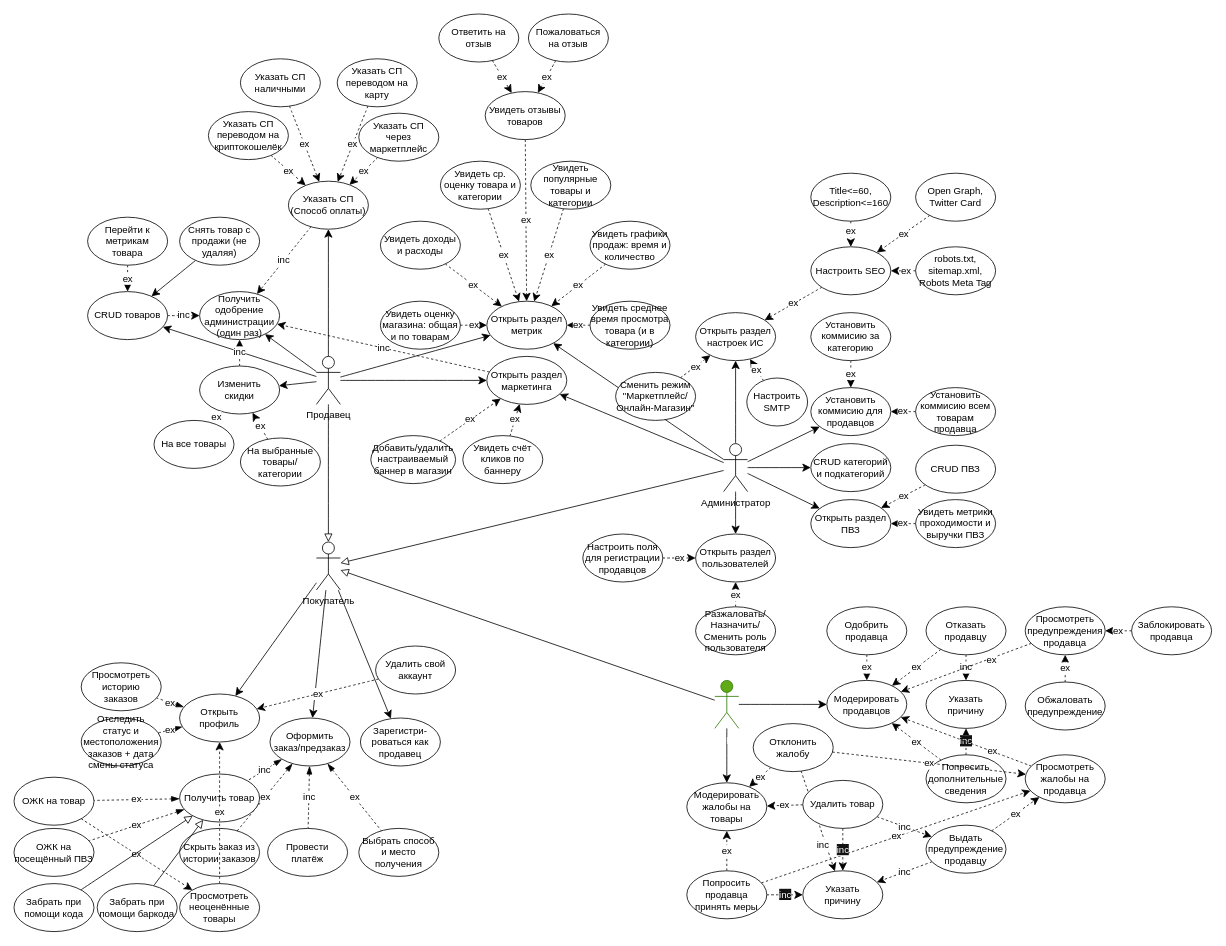
d0lmany/TEWA keeps this draw.io diagram as page "Копия useCases" (7 of 7) of docs/TEWA - 1 step.drawio. Above is the earlier version. Source tidied: cells renumbered, new cells numbered last; positions are measured from the earlier drawing's top-left corner, leaving out a move shared by most shapes. Both pictures are drawn from the tidied source at 80%, with x=0, y=0 at pixel (14, 14).
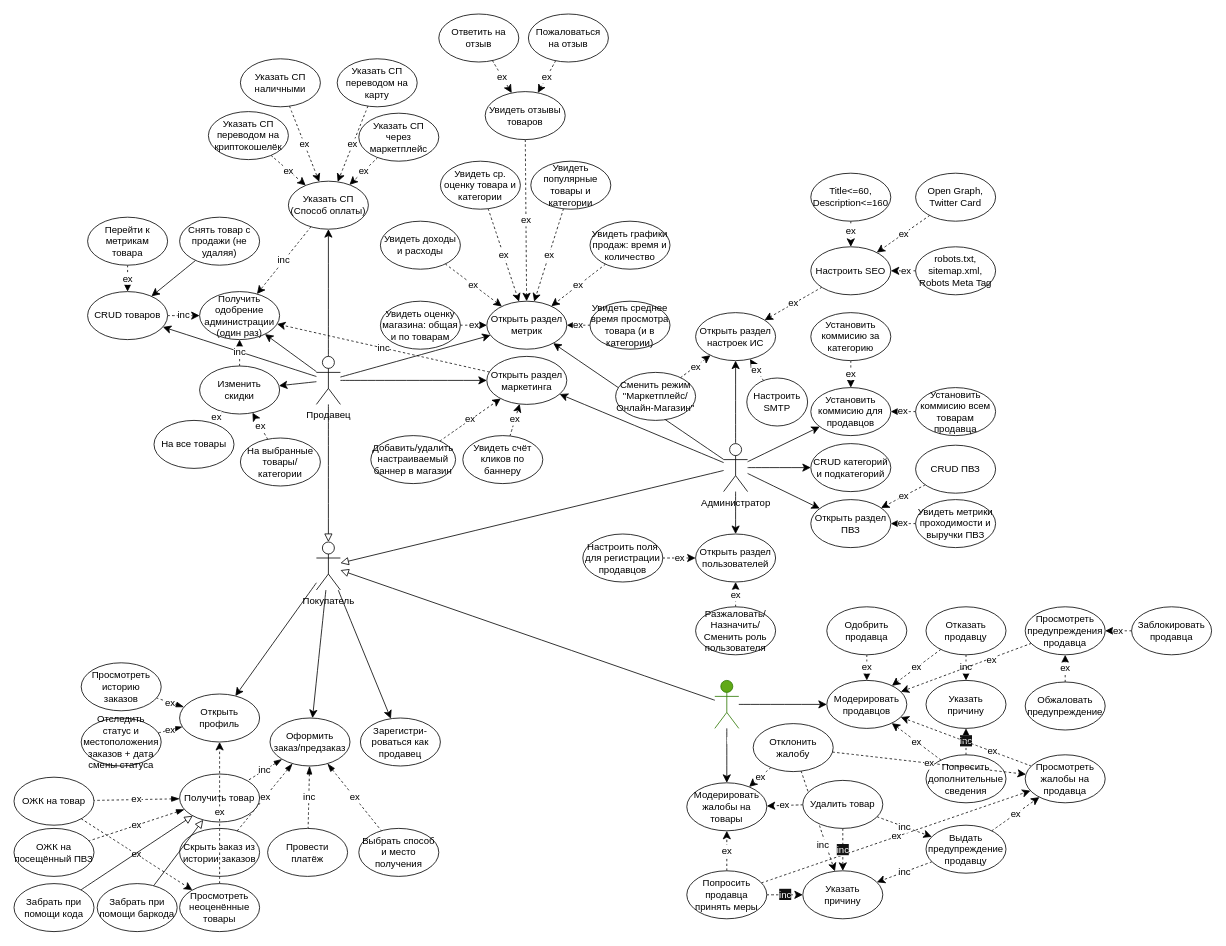
The same page after the edit.

Unchanged cells that the change refers to:
```xml
<mxCell id="43" value="Открыть профиль" style="ellipse;whiteSpace=wrap;html=1;" parent="1" vertex="1">
  <mxGeometry x="207" y="850" width="100" height="60" as="geometry" />
</mxCell>
```

Diff of the diagram source:
```diff
@@
-    <mxCell id="124" value="ех" style="edgeStyle=none;curved=1;rounded=0;jettySize=auto;html=1;fontSize=12;startSize=8;endSize=8;dashed=1;" parent="1" edge="1" source="125" target="43">
-      <mxGeometry relative="1" as="geometry" />
-    </mxCell>
-    <mxCell id="125" value="Удалить свой аккаунт" style="ellipse;whiteSpace=wrap;html=1;" parent="1" vertex="1">
-      <mxGeometry x="452" y="790" width="100" height="60" as="geometry" />
-    </mxCell>
```
